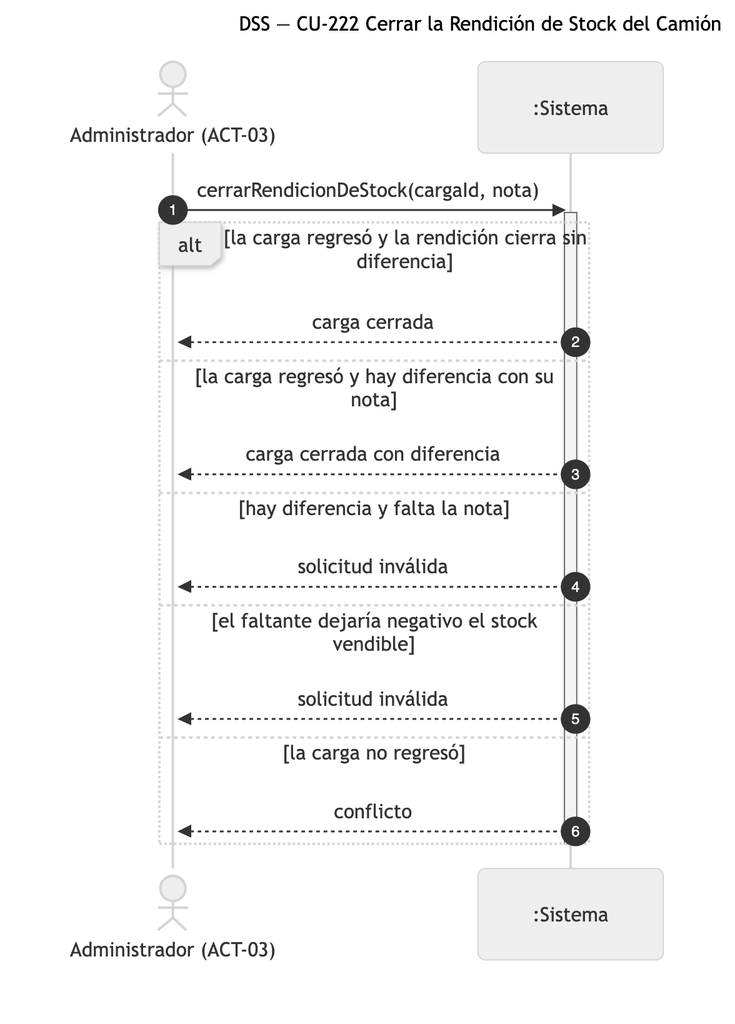
Nahuelito-Dev/splg-docs keeps this Mermaid diagram as diagramas/png/DSS_CU-222_Cerrar-la-Rendicion-de-Stock-del-Camion.png. Above is the earlier version. Its source is kept beside it as diagramas/DSS_CU-222_Cerrar-la-Rendicion-de-Stock-del-Camion.mmd. Its diagram source:
```mermaid
sequenceDiagram
    title DSS — CU-222 Cerrar la Rendición de Stock del Camión
    autonumber
    actor ADM as Administrador (ACT-03)
    participant SIS as :Sistema

    ADM->>SIS: cerrarRendicionDeStock(cargaId, nota)
    activate SIS
    alt la carga regresó y la rendición cierra sin diferencia
        SIS-->>ADM: carga cerrada
    else la carga regresó y hay diferencia con su nota
        SIS-->>ADM: carga cerrada con diferencia
    else hay diferencia y falta la nota
        SIS-->>ADM: solicitud inválida
    else el faltante dejaría negativo el stock vendible
        SIS-->>ADM: solicitud inválida
    else la carga no regresó
        SIS-->>ADM: conflicto
    end
    deactivate SIS
```
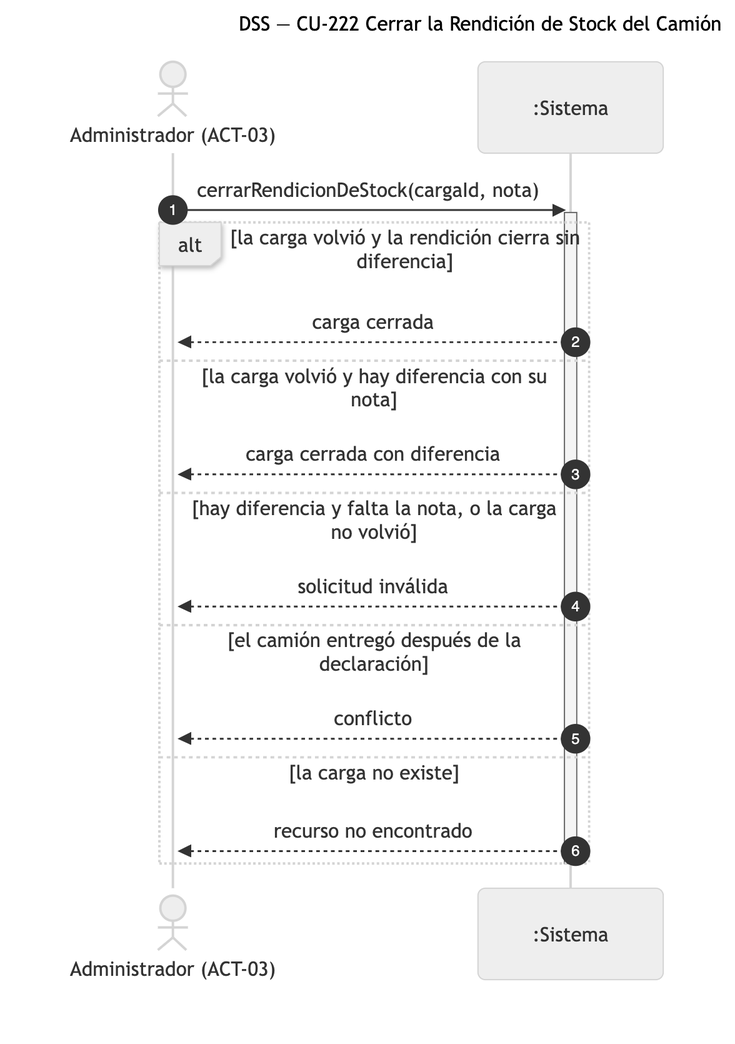
After the commit.

What changed in the source:
```diff
@@ -6,15 +6,15 @@
 
     ADM->>SIS: cerrarRendicionDeStock(cargaId, nota)
     activate SIS
-    alt la carga regresó y la rendición cierra sin diferencia
+    alt la carga volvió y la rendición cierra sin diferencia
         SIS-->>ADM: carga cerrada
-    else la carga regresó y hay diferencia con su nota
+    else la carga volvió y hay diferencia con su nota
         SIS-->>ADM: carga cerrada con diferencia
-    else hay diferencia y falta la nota
+    else hay diferencia y falta la nota, o la carga no volvió
         SIS-->>ADM: solicitud inválida
-    else el faltante dejaría negativo el stock vendible
-        SIS-->>ADM: solicitud inválida
-    else la carga no regresó
+    else el camión entregó después de la declaración
         SIS-->>ADM: conflicto
+    else la carga no existe
+        SIS-->>ADM: recurso no encontrado
     end
     deactivate SIS
```
